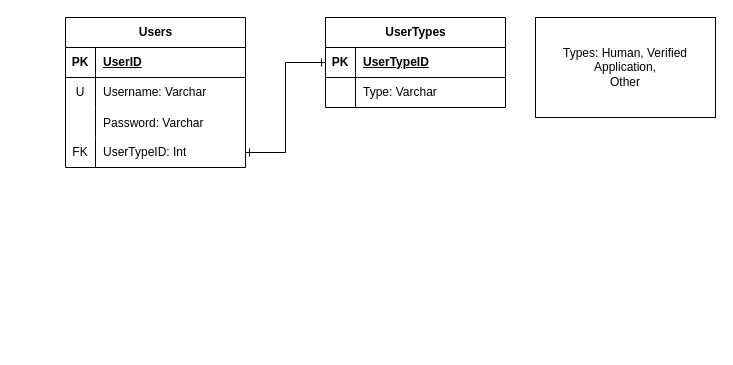
Before: Documentation/Database.drawio in TheChar/SphereAPI, a draw.io diagram. Source tidied: cells renumbered, new cells numbered last; positions are measured from the earlier drawing's top-left corner, leaving out a move shared by most shapes. Both pictures are drawn from the tidied source at 100%, with x=0, y=0 at pixel (65, 17).
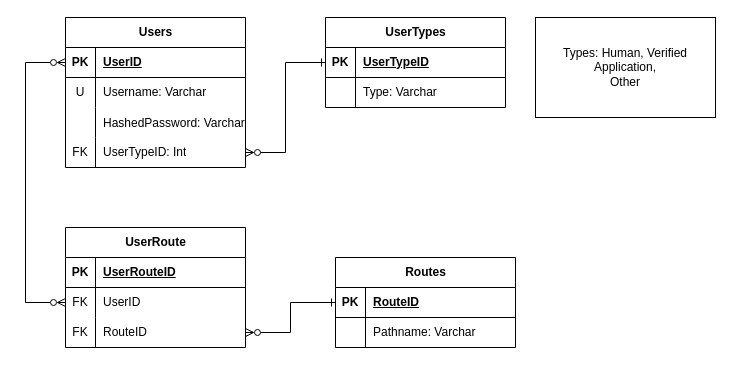
The same page after the edit.

Commit message (it also covers changes not shown here):
Database functions

The change refers to these unchanged cells:
```xml
<mxCell id="3" style="shape=tableRow;horizontal=0;startSize=0;swimlaneHead=0;swimlaneBody=0;fillColor=none;points=[[0,0.5],[1,0.5]];portConstraint=eastwest;top=0;left=0;right=0;bottom=1;" parent="2" vertex="1">
  <mxGeometry y="30" width="180" height="30" as="geometry" />
</mxCell>
<mxCell id="9" style="shape=tableRow;horizontal=0;startSize=0;swimlaneHead=0;swimlaneBody=0;fillColor=none;top=0;left=0;right=0;bottom=0;" parent="2" vertex="1">
  <mxGeometry y="90" width="180" height="30" as="geometry" />
</mxCell>
<mxCell id="12" style="shape=tableRow;horizontal=0;startSize=0;swimlaneHead=0;swimlaneBody=0;fillColor=none;points=[[0,0.5],[1,0.5]];portConstraint=eastwest;top=0;left=0;right=0;bottom=0;" parent="2" vertex="1">
  <mxGeometry y="120" width="180" height="30" as="geometry" />
</mxCell>
<mxCell id="16" style="shape=tableRow;horizontal=0;startSize=0;swimlaneHead=0;swimlaneBody=0;fillColor=none;points=[[0,0.5],[1,0.5]];portConstraint=eastwest;top=0;left=0;right=0;bottom=1;" parent="15" vertex="1">
  <mxGeometry y="30" width="180" height="30" as="geometry" />
</mxCell>
```

The edit, as a diff of the source:
```diff
@@
-    <mxCell id="11" value="Password: Varchar" style="shape=partialRectangle;fillColor=none;top=0;left=0;bottom=0;right=0;align=left;spacingLeft=6;overflow=hidden;" parent="9" vertex="1">
+    <mxCell id="11" value="HashedPassword: Varchar" style="shape=partialRectangle;fillColor=none;top=0;left=0;bottom=0;right=0;align=left;spacingLeft=6;overflow=hidden;" parent="9" vertex="1">
       <mxGeometry x="30" width="150" height="30" as="geometry" />
     </mxCell>
@@
-    <mxCell id="22" style="edgeStyle=orthogonalEdgeStyle;rounded=0;jettySize=auto;html=1;entryX=0;entryY=0.5;entryDx=0;entryDy=0;startArrow=ERone;startFill=0;endArrow=ERone;endFill=0;" parent="1" edge="1" source="12" target="16">
+    <mxCell id="22" style="edgeStyle=orthogonalEdgeStyle;rounded=0;jettySize=auto;html=1;entryX=0;entryY=0.5;entryDx=0;entryDy=0;startArrow=ERzeroToMany;startFill=0;endArrow=ERone;endFill=0;" parent="1" edge="1" source="12" target="16">
       <mxGeometry relative="1" as="geometry" />
     </mxCell>
@@
+    <mxCell id="24" value="Routes" style="shape=table;startSize=30;childLayout=tableLayout;rowLines=0;fontStyle=1;align=center;html=1;" parent="1" vertex="1">
+      <mxGeometry x="270" y="240" width="180" height="90" as="geometry" />
+    </mxCell>
+    <mxCell id="25" style="shape=tableRow;horizontal=0;startSize=0;swimlaneHead=0;swimlaneBody=0;fillColor=none;points=[[0,0.5],[1,0.5]];portConstraint=eastwest;top=0;left=0;right=0;bottom=1;" parent="24" vertex="1">
+      <mxGeometry y="30" width="180" height="30" as="geometry" />
+    </mxCell>
+    <mxCell id="26" value="PK" style="shape=partialRectangle;fillColor=none;top=0;left=0;bottom=0;right=0;fontStyle=1;overflow=hidden;whiteSpace=wrap;html=1;" parent="25" vertex="1">
+      <mxGeometry width="30" height="30" as="geometry" />
+    </mxCell>
+    <mxCell id="27" value="RouteID" style="shape=partialRectangle;fillColor=none;top=0;left=0;bottom=0;right=0;align=left;spacingLeft=6;fontStyle=5;overflow=hidden;whiteSpace=wrap;html=1;" parent="25" vertex="1">
+      <mxGeometry x="30" width="150" height="30" as="geometry" />
+    </mxCell>
+    <mxCell id="28" style="shape=tableRow;horizontal=0;startSize=0;swimlaneHead=0;swimlaneBody=0;fillColor=none;top=0;left=0;right=0;bottom=0;" parent="24" vertex="1">
+      <mxGeometry y="60" width="180" height="30" as="geometry" />
+    </mxCell>
+    <mxCell id="29" style="shape=partialRectangle;fillColor=none;top=0;left=0;bottom=0;right=0;overflow=hidden;whiteSpace=wrap;html=1;" parent="28" vertex="1">
+      <mxGeometry width="30" height="30" as="geometry" />
+    </mxCell>
+    <mxCell id="30" value="Pathname: Varchar" style="shape=partialRectangle;fillColor=none;top=0;left=0;bottom=0;right=0;align=left;spacingLeft=6;overflow=hidden;whiteSpace=wrap;html=1;" parent="28" vertex="1">
+      <mxGeometry x="30" width="150" height="30" as="geometry" />
+    </mxCell>
+    <mxCell id="31" value="UserRoute" style="shape=table;startSize=30;childLayout=tableLayout;rowLines=0;fontStyle=1;align=center;html=1;" parent="1" vertex="1">
+      <mxGeometry y="210" width="180" height="120" as="geometry" />
+    </mxCell>
+    <mxCell id="32" style="shape=tableRow;horizontal=0;startSize=0;swimlaneHead=0;swimlaneBody=0;fillColor=none;top=0;left=0;right=0;bottom=1;" parent="31" vertex="1">
+      <mxGeometry y="30" width="180" height="30" as="geometry" />
+    </mxCell>
+    <mxCell id="33" value="PK" style="shape=partialRectangle;fillColor=none;top=0;left=0;bottom=0;right=0;fontStyle=1;overflow=hidden;whiteSpace=wrap;html=1;" parent="32" vertex="1">
+      <mxGeometry width="30" height="30" as="geometry" />
+    </mxCell>
+    <mxCell id="34" value="UserRouteID" style="shape=partialRectangle;fillColor=none;top=0;left=0;bottom=0;right=0;align=left;spacingLeft=6;fontStyle=5;overflow=hidden;whiteSpace=wrap;html=1;" parent="32" vertex="1">
+      <mxGeometry x="30" width="150" height="30" as="geometry" />
+    </mxCell>
+    <mxCell id="35" style="shape=tableRow;horizontal=0;startSize=0;swimlaneHead=0;swimlaneBody=0;fillColor=none;points=[[0,0.5],[1,0.5]];portConstraint=eastwest;top=0;left=0;right=0;bottom=0;" parent="31" vertex="1">
+      <mxGeometry y="60" width="180" height="30" as="geometry" />
+    </mxCell>
+    <mxCell id="36" value="FK" style="shape=partialRectangle;fillColor=none;top=0;left=0;bottom=0;right=0;overflow=hidden;whiteSpace=wrap;html=1;" parent="35" vertex="1">
+      <mxGeometry width="30" height="30" as="geometry" />
+    </mxCell>
+    <mxCell id="37" value="UserID" style="shape=partialRectangle;fillColor=none;top=0;left=0;bottom=0;right=0;align=left;spacingLeft=6;overflow=hidden;whiteSpace=wrap;html=1;" parent="35" vertex="1">
+      <mxGeometry x="30" width="150" height="30" as="geometry" />
+    </mxCell>
+    <mxCell id="38" style="shape=tableRow;horizontal=0;startSize=0;swimlaneHead=0;swimlaneBody=0;fillColor=none;points=[[0,0.5],[1,0.5]];portConstraint=eastwest;top=0;left=0;right=0;bottom=0;" parent="31" vertex="1">
+      <mxGeometry y="90" width="180" height="30" as="geometry" />
+    </mxCell>
+    <mxCell id="39" value="FK" style="shape=partialRectangle;fillColor=none;top=0;left=0;bottom=0;right=0;overflow=hidden;whiteSpace=wrap;html=1;" parent="38" vertex="1">
+      <mxGeometry width="30" height="30" as="geometry" />
+    </mxCell>
+    <mxCell id="40" value="RouteID" style="shape=partialRectangle;fillColor=none;top=0;left=0;bottom=0;right=0;align=left;spacingLeft=6;overflow=hidden;whiteSpace=wrap;html=1;" parent="38" vertex="1">
+      <mxGeometry x="30" width="150" height="30" as="geometry" />
+    </mxCell>
+    <mxCell id="41" style="edgeStyle=orthogonalEdgeStyle;rounded=0;jettySize=auto;html=1;entryX=0;entryY=0.5;entryDx=0;entryDy=0;endArrow=ERone;endFill=0;startArrow=ERzeroToMany;startFill=0;" parent="1" edge="1" source="38" target="25">
+      <mxGeometry relative="1" as="geometry" />
+    </mxCell>
+    <mxCell id="42" style="edgeStyle=orthogonalEdgeStyle;rounded=0;jettySize=auto;html=1;entryX=0;entryY=0.5;entryDx=0;entryDy=0;startArrow=ERzeroToMany;startFill=0;endArrow=ERzeroToMany;endFill=0;" parent="1" edge="1" source="35" target="3">
+      <mxGeometry relative="1" as="geometry">
+        <Array as="points">
+          <mxPoint x="-40" y="285" />
+          <mxPoint x="-40" y="45" />
+        </Array>
+      </mxGeometry>
+    </mxCell>
```
